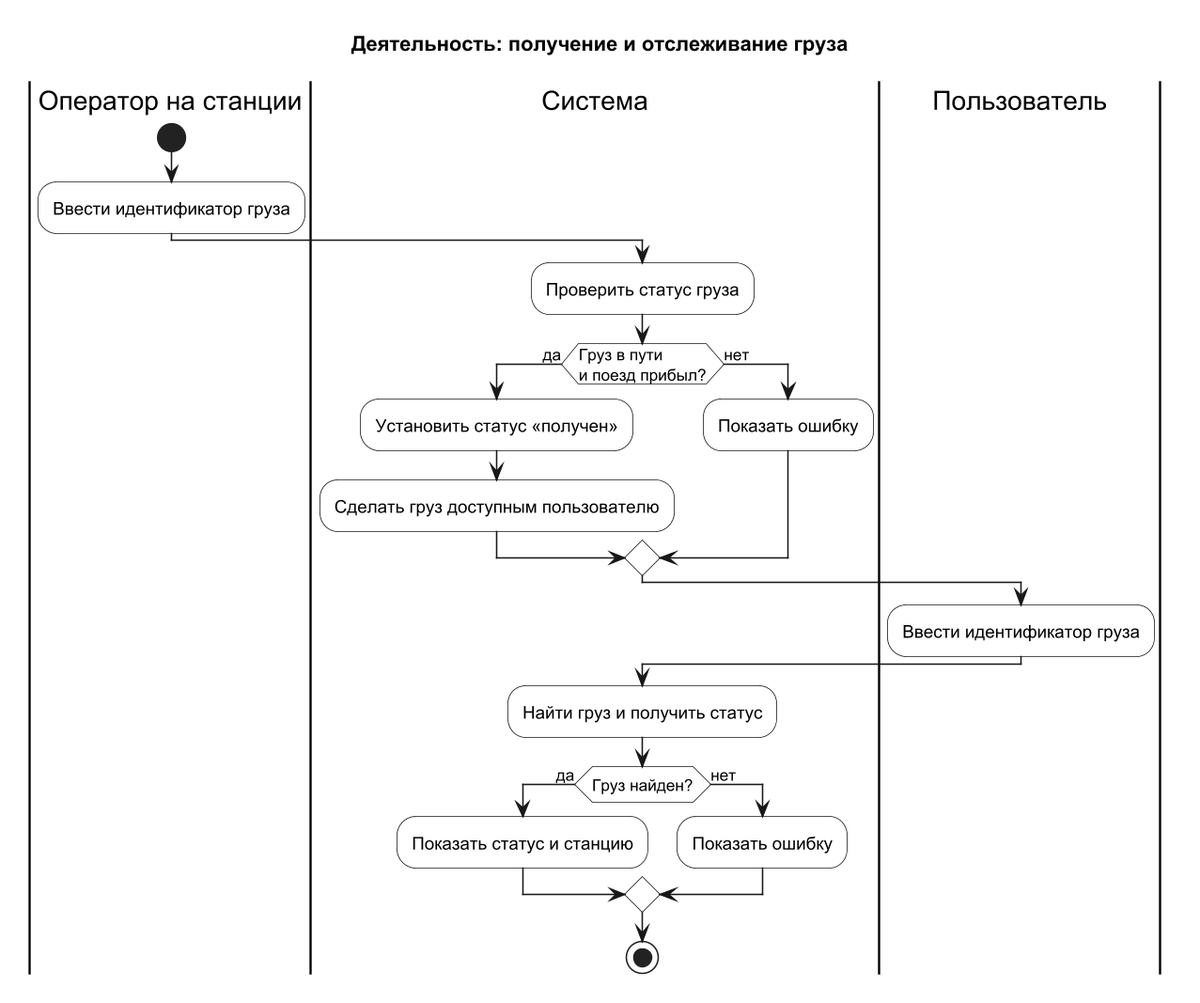
Gu4rDe/railway keeps this PlantUML diagram as uml/activity-diagram/Получение_груза.png. Above is the earlier version. Source of this version:
```plantuml
@startuml
!pragma layout smetana
title Деятельность: получение и отслеживание груза
skinparam shadowing false
skinparam dpi 150
skinparam ActivityBackgroundColor #FFFFFF

|Оператор на станции|
start
:Ввести идентификатор груза;
|Система|
:Проверить статус груза;
if (Груз в пути\nи поезд прибыл?) then (да)
  :Установить статус «получен»;
  :Сделать груз доступным пользователю;
else (нет)
  :Показать ошибку;
endif
|Пользователь|
:Ввести идентификатор груза;
|Система|
:Найти груз и получить статус;
if (Груз найден?) then (да)
  :Показать статус и станцию;
else (нет)
  :Показать ошибку;
endif
stop
@enduml
```
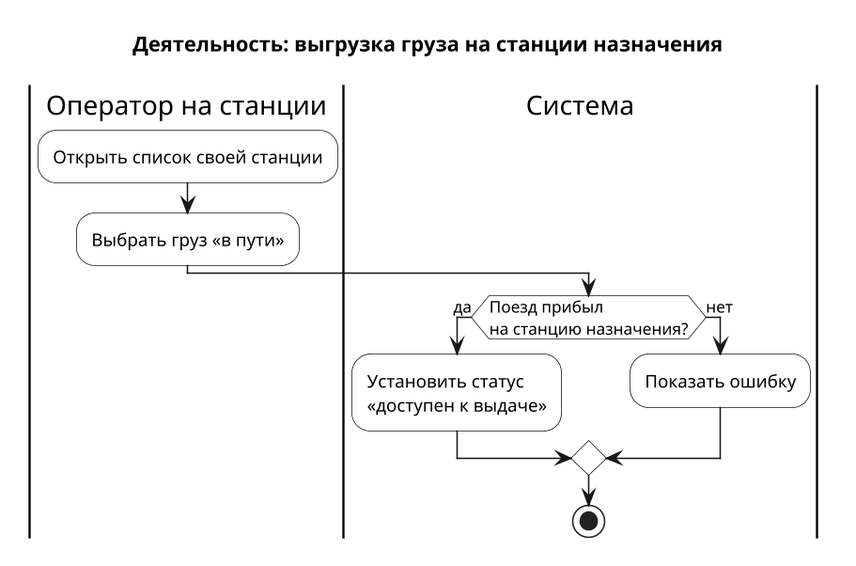
Later version of the same file.

The edit, as a diff of the source:
```diff
@@ -1,27 +1,16 @@
 @startuml
 !pragma layout smetana
-title Деятельность: получение и отслеживание груза
+title Деятельность: выгрузка груза на станции назначения
 skinparam shadowing false
 skinparam dpi 150
 skinparam ActivityBackgroundColor #FFFFFF
 
 |Оператор на станции|
-start
-:Ввести идентификатор груза;
+:Открыть список своей станции;
+:Выбрать груз «в пути»;
 |Система|
-:Проверить статус груза;
-if (Груз в пути\nи поезд прибыл?) then (да)
-  :Установить статус «получен»;
-  :Сделать груз доступным пользователю;
-else (нет)
-  :Показать ошибку;
-endif
-|Пользователь|
-:Ввести идентификатор груза;
-|Система|
-:Найти груз и получить статус;
-if (Груз найден?) then (да)
-  :Показать статус и станцию;
+if (Поезд прибыл\nна станцию назначения?) then (да)
+  :Установить статус\n«доступен к выдаче»;
 else (нет)
   :Показать ошибку;
 endif
```
